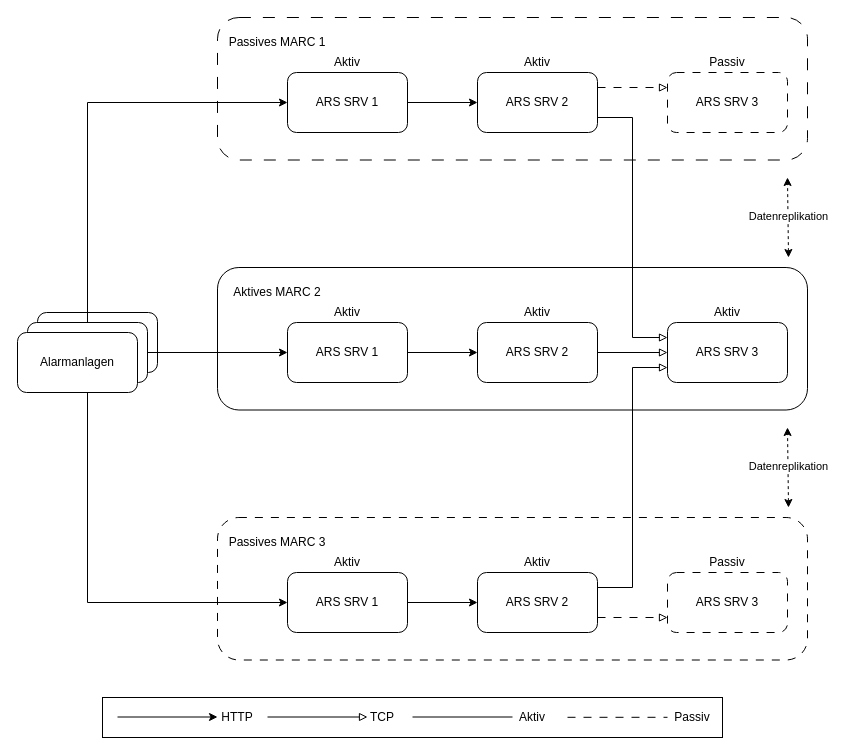
This is drawio/marc.drawio from JadKHaddad/MT, a draw.io file, before an edit. Source tidied: cells renumbered, new cells numbered last; positions are measured from the earlier drawing's top-left corner, leaving out a move shared by most shapes. Both pictures are drawn from the tidied source at 100%, with x=0, y=0 at pixel (17, 17).
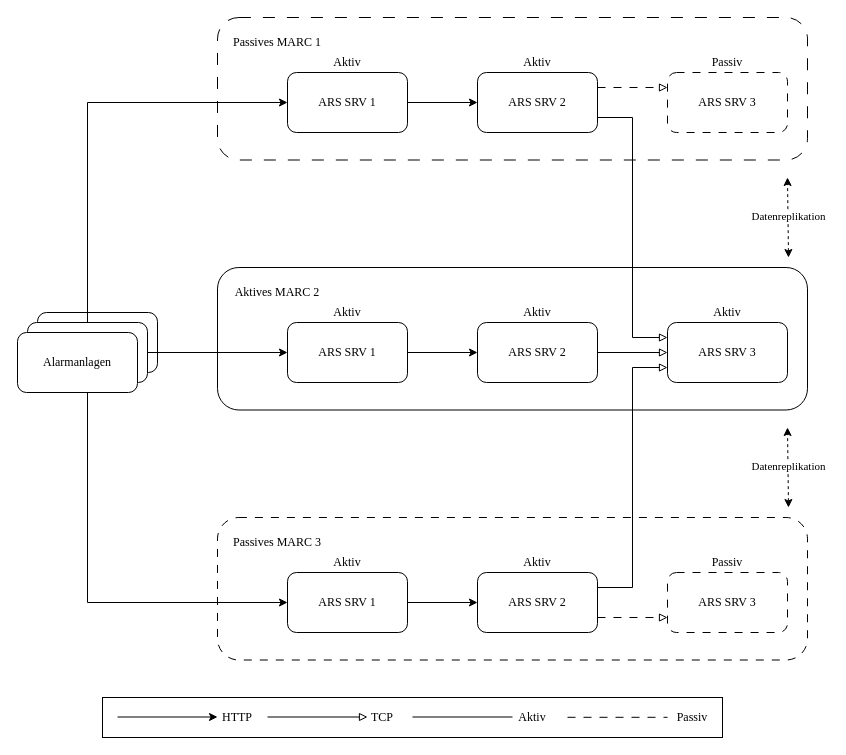
The same page after the edit.

What changed in the source:
```diff
@@
-    <mxCell id="2" style="rounded=1;whiteSpace=wrap;html=1;" parent="1" vertex="1">
+    <mxCell id="2" style="rounded=1;whiteSpace=wrap;html=1;fontFamily=Times New Roman;" parent="1" vertex="1">
       <mxGeometry x="20" y="295" width="120" height="60" as="geometry" />
     </mxCell>
-    <mxCell id="3" style="edgeStyle=orthogonalEdgeStyle;rounded=0;jettySize=auto;html=1;exitX=1;exitY=0.5;exitDx=0;exitDy=0;entryX=0;entryY=0.5;entryDx=0;entryDy=0;" parent="1" edge="1" source="6" target="32">
+    <mxCell id="3" style="edgeStyle=orthogonalEdgeStyle;rounded=0;jettySize=auto;html=1;exitX=1;exitY=0.5;exitDx=0;exitDy=0;entryX=0;entryY=0.5;entryDx=0;entryDy=0;fontFamily=Times New Roman;" parent="1" edge="1" source="6" target="32">
       <mxGeometry relative="1" as="geometry" />
     </mxCell>
-    <mxCell id="4" style="edgeStyle=orthogonalEdgeStyle;rounded=0;jettySize=auto;html=1;exitX=0.5;exitY=0;exitDx=0;exitDy=0;entryX=0;entryY=0.5;entryDx=0;entryDy=0;" parent="1" edge="1" source="6" target="10">
+    <mxCell id="4" style="edgeStyle=orthogonalEdgeStyle;rounded=0;jettySize=auto;html=1;exitX=0.5;exitY=0;exitDx=0;exitDy=0;entryX=0;entryY=0.5;entryDx=0;entryDy=0;fontFamily=Times New Roman;" parent="1" edge="1" source="6" target="10">
       <mxGeometry relative="1" as="geometry" />
     </mxCell>
-    <mxCell id="5" style="edgeStyle=orthogonalEdgeStyle;rounded=0;jettySize=auto;html=1;entryX=0;entryY=0.5;entryDx=0;entryDy=0;" parent="1" edge="1" source="6" target="21">
+    <mxCell id="5" style="edgeStyle=orthogonalEdgeStyle;rounded=0;jettySize=auto;html=1;entryX=0;entryY=0.5;entryDx=0;entryDy=0;fontFamily=Times New Roman;" parent="1" edge="1" source="6" target="21">
       <mxGeometry relative="1" as="geometry">
         <Array as="points">
           <mxPoint x="70" y="585" />
         </Array>
       </mxGeometry>
     </mxCell>
-    <mxCell id="6" style="rounded=1;whiteSpace=wrap;html=1;" parent="1" vertex="1">
+    <mxCell id="6" style="rounded=1;whiteSpace=wrap;html=1;fontFamily=Times New Roman;" parent="1" vertex="1">
       <mxGeometry x="10" y="305" width="120" height="60" as="geometry" />
     </mxCell>
-    <mxCell id="7" value="Alarmanlagen" style="rounded=1;whiteSpace=wrap;html=1;" parent="1" vertex="1">
+    <mxCell id="7" value="Alarmanlagen" style="rounded=1;whiteSpace=wrap;html=1;fontFamily=Times New Roman;" parent="1" vertex="1">
       <mxGeometry y="315" width="120" height="60" as="geometry" />
     </mxCell>
-    <mxCell id="8" style="rounded=1;whiteSpace=wrap;html=1;labelPosition=center;verticalLabelPosition=middle;align=center;verticalAlign=middle;fillColor=none;dashed=1;dashPattern=12 12;" parent="1" vertex="1">
+    <mxCell id="8" style="rounded=1;whiteSpace=wrap;html=1;labelPosition=center;verticalLabelPosition=middle;align=center;verticalAlign=middle;fillColor=none;dashed=1;dashPattern=12 12;fontFamily=Times New Roman;" parent="1" vertex="1">
       <mxGeometry x="200" width="590" height="142.5" as="geometry" />
     </mxCell>
-    <mxCell id="9" style="edgeStyle=orthogonalEdgeStyle;rounded=0;jettySize=auto;html=1;exitX=1;exitY=0.5;exitDx=0;exitDy=0;entryX=0;entryY=0.5;entryDx=0;entryDy=0;" parent="1" edge="1" source="10" target="12">
+    <mxCell id="9" style="edgeStyle=orthogonalEdgeStyle;rounded=0;jettySize=auto;html=1;exitX=1;exitY=0.5;exitDx=0;exitDy=0;entryX=0;entryY=0.5;entryDx=0;entryDy=0;fontFamily=Times New Roman;" parent="1" edge="1" source="10" target="12">
       <mxGeometry relative="1" as="geometry" />
     </mxCell>
-    <mxCell id="10" value="ARS SRV 1" style="rounded=1;whiteSpace=wrap;html=1;" parent="1" vertex="1">
+    <mxCell id="10" value="ARS SRV 1" style="rounded=1;whiteSpace=wrap;html=1;fontFamily=Times New Roman;" parent="1" vertex="1">
       <mxGeometry x="270" y="55" width="120" height="60" as="geometry" />
     </mxCell>
-    <mxCell id="11" style="edgeStyle=orthogonalEdgeStyle;rounded=0;jettySize=auto;html=1;exitX=1;exitY=0.25;exitDx=0;exitDy=0;entryX=0;entryY=0.25;entryDx=0;entryDy=0;dashed=1;dashPattern=8 8;endArrow=block;endFill=0;" parent="1" edge="1" source="12" target="14">
+    <mxCell id="11" style="edgeStyle=orthogonalEdgeStyle;rounded=0;jettySize=auto;html=1;exitX=1;exitY=0.25;exitDx=0;exitDy=0;entryX=0;entryY=0.25;entryDx=0;entryDy=0;dashed=1;dashPattern=8 8;endArrow=block;endFill=0;fontFamily=Times New Roman;" parent="1" edge="1" source="12" target="14">
       <mxGeometry relative="1" as="geometry" />
     </mxCell>
-    <mxCell id="12" value="ARS SRV 2" style="rounded=1;whiteSpace=wrap;html=1;" parent="1" vertex="1">
+    <mxCell id="12" value="ARS SRV 2" style="rounded=1;whiteSpace=wrap;html=1;fontFamily=Times New Roman;" parent="1" vertex="1">
       <mxGeometry x="460" y="55" width="120" height="60" as="geometry" />
     </mxCell>
-    <mxCell id="13" style="edgeStyle=orthogonalEdgeStyle;rounded=0;jettySize=auto;html=1;exitX=1;exitY=0.75;exitDx=0;exitDy=0;entryX=0;entryY=0.25;entryDx=0;entryDy=0;endArrow=block;endFill=0;" parent="1" edge="1" source="12" target="35">
+    <mxCell id="13" style="edgeStyle=orthogonalEdgeStyle;rounded=0;jettySize=auto;html=1;exitX=1;exitY=0.75;exitDx=0;exitDy=0;entryX=0;entryY=0.25;entryDx=0;entryDy=0;endArrow=block;endFill=0;fontFamily=Times New Roman;" parent="1" edge="1" source="12" target="35">
       <mxGeometry relative="1" as="geometry" />
     </mxCell>
-    <mxCell id="14" value="ARS SRV 3" style="rounded=1;whiteSpace=wrap;html=1;dashed=1;dashPattern=8 8;" parent="1" vertex="1">
+    <mxCell id="14" value="ARS SRV 3" style="rounded=1;whiteSpace=wrap;html=1;dashed=1;dashPattern=8 8;fontFamily=Times New Roman;" parent="1" vertex="1">
       <mxGeometry x="650" y="55" width="120" height="60" as="geometry" />
     </mxCell>
-    <mxCell id="15" value="Aktiv" style="text;html=1;whiteSpace=wrap;strokeColor=none;fillColor=none;align=center;verticalAlign=middle;rounded=0;" parent="1" vertex="1">
+    <mxCell id="15" value="Aktiv" style="text;html=1;whiteSpace=wrap;strokeColor=none;fillColor=none;align=center;verticalAlign=middle;rounded=0;fontFamily=Times New Roman;" parent="1" vertex="1">
       <mxGeometry x="300" y="30" width="60" height="30" as="geometry" />
     </mxCell>
-    <mxCell id="16" value="Aktiv" style="text;html=1;whiteSpace=wrap;strokeColor=none;fillColor=none;align=center;verticalAlign=middle;rounded=0;" parent="1" vertex="1">
+    <mxCell id="16" value="Aktiv" style="text;html=1;whiteSpace=wrap;strokeColor=none;fillColor=none;align=center;verticalAlign=middle;rounded=0;fontFamily=Times New Roman;" parent="1" vertex="1">
       <mxGeometry x="490" y="30" width="60" height="30" as="geometry" />
     </mxCell>
-    <mxCell id="17" value="Passiv" style="text;html=1;whiteSpace=wrap;strokeColor=none;fillColor=none;align=center;verticalAlign=middle;rounded=0;" parent="1" vertex="1">
+    <mxCell id="17" value="Passiv" style="text;html=1;whiteSpace=wrap;strokeColor=none;fillColor=none;align=center;verticalAlign=middle;rounded=0;fontFamily=Times New Roman;" parent="1" vertex="1">
       <mxGeometry x="680" y="30" width="60" height="30" as="geometry" />
     </mxCell>
-    <mxCell id="18" value="Passives MARC 1" style="text;html=1;whiteSpace=wrap;strokeColor=none;fillColor=none;align=center;verticalAlign=middle;rounded=0;" parent="1" vertex="1">
+    <mxCell id="18" value="Passives MARC 1" style="text;html=1;whiteSpace=wrap;strokeColor=none;fillColor=none;align=center;verticalAlign=middle;rounded=0;fontFamily=Times New Roman;" parent="1" vertex="1">
       <mxGeometry x="210" y="10" width="100" height="30" as="geometry" />
     </mxCell>
-    <mxCell id="19" style="rounded=1;whiteSpace=wrap;html=1;labelPosition=center;verticalLabelPosition=middle;align=center;verticalAlign=middle;fillColor=none;dashed=1;dashPattern=8 8;" parent="1" vertex="1">
+    <mxCell id="19" style="rounded=1;whiteSpace=wrap;html=1;labelPosition=center;verticalLabelPosition=middle;align=center;verticalAlign=middle;fillColor=none;dashed=1;dashPattern=8 8;fontFamily=Times New Roman;" parent="1" vertex="1">
       <mxGeometry x="200" y="500" width="590" height="142.5" as="geometry" />
     </mxCell>
-    <mxCell id="20" style="edgeStyle=orthogonalEdgeStyle;rounded=0;jettySize=auto;html=1;exitX=1;exitY=0.5;exitDx=0;exitDy=0;entryX=0;entryY=0.5;entryDx=0;entryDy=0;" parent="1" edge="1" source="21" target="24">
+    <mxCell id="20" style="edgeStyle=orthogonalEdgeStyle;rounded=0;jettySize=auto;html=1;exitX=1;exitY=0.5;exitDx=0;exitDy=0;entryX=0;entryY=0.5;entryDx=0;entryDy=0;fontFamily=Times New Roman;" parent="1" edge="1" source="21" target="24">
       <mxGeometry relative="1" as="geometry" />
     </mxCell>
-    <mxCell id="21" value="ARS SRV 1" style="rounded=1;whiteSpace=wrap;html=1;" parent="1" vertex="1">
+    <mxCell id="21" value="ARS SRV 1" style="rounded=1;whiteSpace=wrap;html=1;fontFamily=Times New Roman;" parent="1" vertex="1">
       <mxGeometry x="270" y="555" width="120" height="60" as="geometry" />
     </mxCell>
-    <mxCell id="22" style="edgeStyle=orthogonalEdgeStyle;rounded=0;jettySize=auto;html=1;exitX=1;exitY=0.25;exitDx=0;exitDy=0;entryX=0;entryY=0.75;entryDx=0;entryDy=0;endArrow=block;endFill=0;" parent="1" edge="1" source="24" target="35">
+    <mxCell id="22" style="edgeStyle=orthogonalEdgeStyle;rounded=0;jettySize=auto;html=1;exitX=1;exitY=0.25;exitDx=0;exitDy=0;entryX=0;entryY=0.75;entryDx=0;entryDy=0;endArrow=block;endFill=0;fontFamily=Times New Roman;" parent="1" edge="1" source="24" target="35">
       <mxGeometry relative="1" as="geometry" />
     </mxCell>
-    <mxCell id="23" style="edgeStyle=orthogonalEdgeStyle;rounded=0;jettySize=auto;html=1;exitX=1;exitY=0.75;exitDx=0;exitDy=0;entryX=0;entryY=0.75;entryDx=0;entryDy=0;dashed=1;dashPattern=8 8;endArrow=block;endFill=0;" parent="1" edge="1" source="24" target="25">
+    <mxCell id="23" style="edgeStyle=orthogonalEdgeStyle;rounded=0;jettySize=auto;html=1;exitX=1;exitY=0.75;exitDx=0;exitDy=0;entryX=0;entryY=0.75;entryDx=0;entryDy=0;dashed=1;dashPattern=8 8;endArrow=block;endFill=0;fontFamily=Times New Roman;" parent="1" edge="1" source="24" target="25">
       <mxGeometry relative="1" as="geometry" />
     </mxCell>
-    <mxCell id="24" value="ARS SRV 2" style="rounded=1;whiteSpace=wrap;html=1;" parent="1" vertex="1">
+    <mxCell id="24" value="ARS SRV 2" style="rounded=1;whiteSpace=wrap;html=1;fontFamily=Times New Roman;" parent="1" vertex="1">
       <mxGeometry x="460" y="555" width="120" height="60" as="geometry" />
     </mxCell>
-    <mxCell id="25" value="ARS SRV 3" style="rounded=1;whiteSpace=wrap;html=1;dashed=1;dashPattern=8 8;" parent="1" vertex="1">
+    <mxCell id="25" value="ARS SRV 3" style="rounded=1;whiteSpace=wrap;html=1;dashed=1;dashPattern=8 8;fontFamily=Times New Roman;" parent="1" vertex="1">
       <mxGeometry x="650" y="555" width="120" height="60" as="geometry" />
     </mxCell>
-    <mxCell id="26" value="Aktiv" style="text;html=1;whiteSpace=wrap;strokeColor=none;fillColor=none;align=center;verticalAlign=middle;rounded=0;" parent="1" vertex="1">
+    <mxCell id="26" value="Aktiv" style="text;html=1;whiteSpace=wrap;strokeColor=none;fillColor=none;align=center;verticalAlign=middle;rounded=0;fontFamily=Times New Roman;" parent="1" vertex="1">
       <mxGeometry x="300" y="530" width="60" height="30" as="geometry" />
     </mxCell>
-    <mxCell id="27" style="rounded=1;whiteSpace=wrap;html=1;labelPosition=center;verticalLabelPosition=middle;align=center;verticalAlign=middle;fillColor=none;" parent="1" vertex="1">
+    <mxCell id="27" style="rounded=1;whiteSpace=wrap;html=1;labelPosition=center;verticalLabelPosition=middle;align=center;verticalAlign=middle;fillColor=none;fontFamily=Times New Roman;" parent="1" vertex="1">
       <mxGeometry x="200" y="250" width="590" height="142.5" as="geometry" />
     </mxCell>
-    <mxCell id="28" value="Aktiv" style="text;html=1;whiteSpace=wrap;strokeColor=none;fillColor=none;align=center;verticalAlign=middle;rounded=0;" parent="1" vertex="1">
+    <mxCell id="28" value="Aktiv" style="text;html=1;whiteSpace=wrap;strokeColor=none;fillColor=none;align=center;verticalAlign=middle;rounded=0;fontFamily=Times New Roman;" parent="1" vertex="1">
       <mxGeometry x="490" y="530" width="60" height="30" as="geometry" />
     </mxCell>
-    <mxCell id="29" value="Passiv" style="text;html=1;whiteSpace=wrap;strokeColor=none;fillColor=none;align=center;verticalAlign=middle;rounded=0;" parent="1" vertex="1">
+    <mxCell id="29" value="Passiv" style="text;html=1;whiteSpace=wrap;strokeColor=none;fillColor=none;align=center;verticalAlign=middle;rounded=0;fontFamily=Times New Roman;" parent="1" vertex="1">
       <mxGeometry x="680" y="530" width="60" height="30" as="geometry" />
     </mxCell>
-    <mxCell id="30" value="Passives MARC 3" style="text;html=1;whiteSpace=wrap;strokeColor=none;fillColor=none;align=center;verticalAlign=middle;rounded=0;" parent="1" vertex="1">
+    <mxCell id="30" value="Passives MARC 3" style="text;html=1;whiteSpace=wrap;strokeColor=none;fillColor=none;align=center;verticalAlign=middle;rounded=0;fontFamily=Times New Roman;" parent="1" vertex="1">
       <mxGeometry x="210" y="510" width="100" height="30" as="geometry" />
     </mxCell>
-    <mxCell id="31" style="edgeStyle=orthogonalEdgeStyle;rounded=0;jettySize=auto;html=1;exitX=1;exitY=0.5;exitDx=0;exitDy=0;entryX=0;entryY=0.5;entryDx=0;entryDy=0;" parent="1" edge="1" source="32" target="34">
+    <mxCell id="31" style="edgeStyle=orthogonalEdgeStyle;rounded=0;jettySize=auto;html=1;exitX=1;exitY=0.5;exitDx=0;exitDy=0;entryX=0;entryY=0.5;entryDx=0;entryDy=0;fontFamily=Times New Roman;" parent="1" edge="1" source="32" target="34">
       <mxGeometry relative="1" as="geometry" />
     </mxCell>
-    <mxCell id="32" value="ARS SRV 1" style="rounded=1;whiteSpace=wrap;html=1;" parent="1" vertex="1">
+    <mxCell id="32" value="ARS SRV 1" style="rounded=1;whiteSpace=wrap;html=1;fontFamily=Times New Roman;" parent="1" vertex="1">
       <mxGeometry x="270" y="305" width="120" height="60" as="geometry" />
     </mxCell>
-    <mxCell id="33" style="edgeStyle=orthogonalEdgeStyle;rounded=0;jettySize=auto;html=1;exitX=1;exitY=0.5;exitDx=0;exitDy=0;entryX=0;entryY=0.5;entryDx=0;entryDy=0;endArrow=block;endFill=0;" parent="1" edge="1" source="34" target="35">
+    <mxCell id="33" style="edgeStyle=orthogonalEdgeStyle;rounded=0;jettySize=auto;html=1;exitX=1;exitY=0.5;exitDx=0;exitDy=0;entryX=0;entryY=0.5;entryDx=0;entryDy=0;endArrow=block;endFill=0;fontFamily=Times New Roman;" parent="1" edge="1" source="34" target="35">
       <mxGeometry relative="1" as="geometry" />
     </mxCell>
-    <mxCell id="34" value="ARS SRV 2" style="rounded=1;whiteSpace=wrap;html=1;" parent="1" vertex="1">
+    <mxCell id="34" value="ARS SRV 2" style="rounded=1;whiteSpace=wrap;html=1;fontFamily=Times New Roman;" parent="1" vertex="1">
       <mxGeometry x="460" y="305" width="120" height="60" as="geometry" />
     </mxCell>
-    <mxCell id="35" value="ARS SRV 3" style="rounded=1;whiteSpace=wrap;html=1;textShadow=0;" parent="1" vertex="1">
+    <mxCell id="35" value="ARS SRV 3" style="rounded=1;whiteSpace=wrap;html=1;textShadow=0;fontFamily=Times New Roman;" parent="1" vertex="1">
       <mxGeometry x="650" y="305" width="120" height="60" as="geometry" />
     </mxCell>
-    <mxCell id="36" value="Aktiv" style="text;html=1;whiteSpace=wrap;strokeColor=none;fillColor=none;align=center;verticalAlign=middle;rounded=0;" parent="1" vertex="1">
+    <mxCell id="36" value="Aktiv" style="text;html=1;whiteSpace=wrap;strokeColor=none;fillColor=none;align=center;verticalAlign=middle;rounded=0;fontFamily=Times New Roman;" parent="1" vertex="1">
       <mxGeometry x="300" y="280" width="60" height="30" as="geometry" />
     </mxCell>
-    <mxCell id="37" value="Aktiv" style="text;html=1;whiteSpace=wrap;strokeColor=none;fillColor=none;align=center;verticalAlign=middle;rounded=0;" parent="1" vertex="1">
+    <mxCell id="37" value="Aktiv" style="text;html=1;whiteSpace=wrap;strokeColor=none;fillColor=none;align=center;verticalAlign=middle;rounded=0;fontFamily=Times New Roman;" parent="1" vertex="1">
       <mxGeometry x="490" y="280" width="60" height="30" as="geometry" />
     </mxCell>
-    <mxCell id="38" value="Aktiv" style="text;html=1;whiteSpace=wrap;strokeColor=none;fillColor=none;align=center;verticalAlign=middle;rounded=0;" parent="1" vertex="1">
+    <mxCell id="38" value="Aktiv" style="text;html=1;whiteSpace=wrap;strokeColor=none;fillColor=none;align=center;verticalAlign=middle;rounded=0;fontFamily=Times New Roman;" parent="1" vertex="1">
       <mxGeometry x="680" y="280" width="60" height="30" as="geometry" />
     </mxCell>
-    <mxCell id="39" value="Aktives MARC 2" style="text;html=1;whiteSpace=wrap;strokeColor=none;fillColor=none;align=center;verticalAlign=middle;rounded=0;" parent="1" vertex="1">
+    <mxCell id="39" value="Aktives MARC 2" style="text;html=1;whiteSpace=wrap;strokeColor=none;fillColor=none;align=center;verticalAlign=middle;rounded=0;fontFamily=Times New Roman;" parent="1" vertex="1">
       <mxGeometry x="210" y="260" width="100" height="30" as="geometry" />
     </mxCell>
-    <mxCell id="40" style="endArrow=classic;startArrow=classic;html=1;rounded=0;dashed=1;" parent="1" edge="1">
+    <mxCell id="40" style="endArrow=classic;startArrow=classic;html=1;rounded=0;dashed=1;fontFamily=Times New Roman;" parent="1" edge="1">
       <mxGeometry relative="1" as="geometry">
         <mxPoint x="771" y="490" as="sourcePoint" />
         <mxPoint x="770" y="410" as="targetPoint" />
       </mxGeometry>
     </mxCell>
-    <mxCell id="41" value="Datenreplikation" style="edgeLabel;html=1;align=center;verticalAlign=middle;" parent="40" vertex="1">
+    <mxCell id="41" value="Datenreplikation" style="edgeLabel;html=1;align=center;verticalAlign=middle;fontFamily=Times New Roman;" parent="40" vertex="1">
       <mxGeometry x="0.06" relative="1" as="geometry" />
     </mxCell>
-    <mxCell id="42" style="endArrow=classic;startArrow=classic;html=1;rounded=0;dashed=1;" parent="1" edge="1">
+    <mxCell id="42" style="endArrow=classic;startArrow=classic;html=1;rounded=0;dashed=1;fontFamily=Times New Roman;" parent="1" edge="1">
       <mxGeometry relative="1" as="geometry">
         <mxPoint x="771" y="240" as="sourcePoint" />
         <mxPoint x="770" y="160" as="targetPoint" />
       </mxGeometry>
     </mxCell>
-    <mxCell id="43" value="Datenreplikation" style="edgeLabel;html=1;align=center;verticalAlign=middle;" parent="42" vertex="1">
+    <mxCell id="43" value="Datenreplikation" style="edgeLabel;html=1;align=center;verticalAlign=middle;fontFamily=Times New Roman;" parent="42" vertex="1">
       <mxGeometry x="0.06" relative="1" as="geometry" />
     </mxCell>
-    <mxCell id="44" style="rounded=0;whiteSpace=wrap;html=1;" parent="1" vertex="1">
+    <mxCell id="44" style="rounded=0;whiteSpace=wrap;html=1;fontFamily=Times New Roman;" parent="1" vertex="1">
       <mxGeometry x="85" y="680" width="620" height="40" as="geometry" />
     </mxCell>
-    <mxCell id="45" style="endArrow=classic;html=1;rounded=0;" parent="1" edge="1">
+    <mxCell id="45" style="endArrow=classic;html=1;rounded=0;fontFamily=Times New Roman;" parent="1" edge="1">
       <mxGeometry relative="1" as="geometry">
         <mxPoint x="100" y="699.5" as="sourcePoint" />
         <mxPoint x="200" y="699.5" as="targetPoint" />
       </mxGeometry>
     </mxCell>
-    <mxCell id="46" value="HTTP" style="text;html=1;whiteSpace=wrap;strokeColor=none;fillColor=none;align=center;verticalAlign=middle;rounded=0;" parent="1" vertex="1">
+    <mxCell id="46" value="HTTP" style="text;html=1;whiteSpace=wrap;strokeColor=none;fillColor=none;align=center;verticalAlign=middle;rounded=0;fontFamily=Times New Roman;" parent="1" vertex="1">
       <mxGeometry x="190" y="685" width="60" height="30" as="geometry" />
     </mxCell>
-    <mxCell id="47" value="Aktiv" style="text;html=1;whiteSpace=wrap;strokeColor=none;fillColor=none;align=center;verticalAlign=middle;rounded=0;" parent="1" vertex="1">
+    <mxCell id="47" value="Aktiv" style="text;html=1;whiteSpace=wrap;strokeColor=none;fillColor=none;align=center;verticalAlign=middle;rounded=0;fontFamily=Times New Roman;" parent="1" vertex="1">
       <mxGeometry x="500" y="685" width="30" height="30" as="geometry" />
     </mxCell>
-    <mxCell id="48" style="endArrow=none;html=1;rounded=0;endFill=0;" parent="1" edge="1">
+    <mxCell id="48" style="endArrow=none;html=1;rounded=0;endFill=0;fontFamily=Times New Roman;" parent="1" edge="1">
       <mxGeometry relative="1" as="geometry">
         <mxPoint x="395" y="699.5" as="sourcePoint" />
         <mxPoint x="495" y="699.5" as="targetPoint" />
       </mxGeometry>
     </mxCell>
-    <mxCell id="49" style="endArrow=none;html=1;rounded=0;endFill=0;dashed=1;dashPattern=8 8;" parent="1" edge="1">
+    <mxCell id="49" style="endArrow=none;html=1;rounded=0;endFill=0;dashed=1;dashPattern=8 8;fontFamily=Times New Roman;" parent="1" edge="1">
       <mxGeometry relative="1" as="geometry">
         <mxPoint x="550" y="699.8" as="sourcePoint" />
         <mxPoint x="650" y="699.8" as="targetPoint" />
       </mxGeometry>
     </mxCell>
-    <mxCell id="50" value="Passiv" style="text;html=1;whiteSpace=wrap;strokeColor=none;fillColor=none;align=center;verticalAlign=middle;rounded=0;" parent="1" vertex="1">
+    <mxCell id="50" value="Passiv" style="text;html=1;whiteSpace=wrap;strokeColor=none;fillColor=none;align=center;verticalAlign=middle;rounded=0;fontFamily=Times New Roman;" parent="1" vertex="1">
       <mxGeometry x="660" y="685" width="30" height="30" as="geometry" />
     </mxCell>
-    <mxCell id="51" style="endArrow=block;html=1;rounded=0;endFill=0;" parent="1" edge="1">
+    <mxCell id="51" style="endArrow=block;html=1;rounded=0;endFill=0;fontFamily=Times New Roman;" parent="1" edge="1">
       <mxGeometry relative="1" as="geometry">
         <mxPoint x="250" y="699.5" as="sourcePoint" />
         <mxPoint x="350" y="699.5" as="targetPoint" />
       </mxGeometry>
     </mxCell>
-    <mxCell id="52" value="TCP" style="text;html=1;whiteSpace=wrap;strokeColor=none;fillColor=none;align=center;verticalAlign=middle;rounded=0;" parent="1" vertex="1">
+    <mxCell id="52" value="TCP" style="text;html=1;whiteSpace=wrap;strokeColor=none;fillColor=none;align=center;verticalAlign=middle;rounded=0;fontFamily=Times New Roman;" parent="1" vertex="1">
       <mxGeometry x="335" y="685" width="60" height="30" as="geometry" />
     </mxCell>
```
